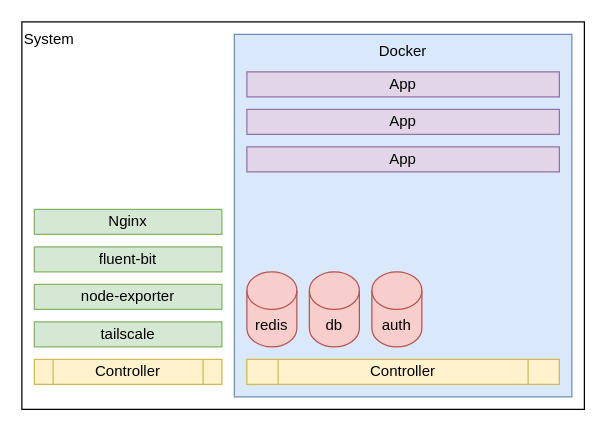
Earlier version of the draw.io diagram src/home-server.drawio (kfdm/ideas.paultraylor.dev). Source tidied: cells renumbered, new cells numbered last; positions are measured from the earlier drawing's top-left corner, leaving out a move shared by most shapes. Both pictures are drawn from the tidied source at 125%, with x=0, y=0 at pixel (21, 21).
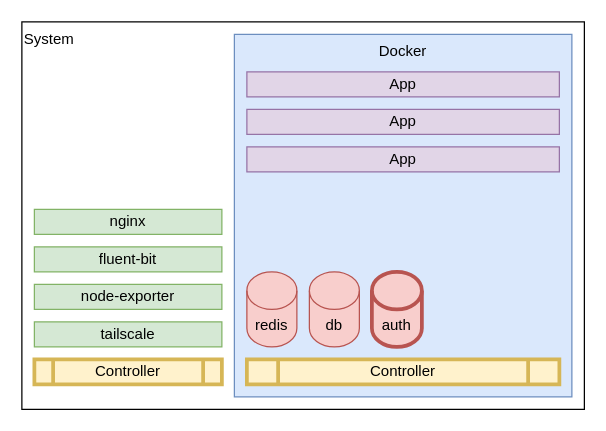
The same page after the edit.

Change to the diagram source:
```diff
@@
 <mxGraphModel>
   <root>
     <mxCell id="0" />
     <mxCell id="1" parent="0" />
     <mxCell id="2" value="System" style="rounded=0;whiteSpace=wrap;html=1;align=left;verticalAlign=top;" parent="1" vertex="1">
       <mxGeometry width="450" height="310" as="geometry" />
     </mxCell>
     <mxCell id="3" value="Docker" style="rounded=0;whiteSpace=wrap;html=1;fillColor=#dae8fc;strokeColor=#6c8ebf;verticalAlign=top;" parent="1" vertex="1">
       <mxGeometry x="170" y="10" width="270" height="290" as="geometry" />
     </mxCell>
     <mxCell id="4" value="redis" style="shape=cylinder3;whiteSpace=wrap;html=1;boundedLbl=1;backgroundOutline=1;size=15;fillColor=#f8cecc;strokeColor=#b85450;" parent="1" vertex="1">
       <mxGeometry x="180" y="200" width="40" height="60" as="geometry" />
     </mxCell>
     <mxCell id="5" value="db" style="shape=cylinder3;whiteSpace=wrap;html=1;boundedLbl=1;backgroundOutline=1;size=15;fillColor=#f8cecc;strokeColor=#b85450;" parent="1" vertex="1">
       <mxGeometry x="230" y="200" width="40" height="60" as="geometry" />
     </mxCell>
     <mxCell id="6" value="App" style="rounded=0;whiteSpace=wrap;html=1;fillColor=#e1d5e7;strokeColor=#9673a6;" parent="1" vertex="1">
       <mxGeometry x="180" y="40" width="250" height="20" as="geometry" />
     </mxCell>
     <mxCell id="7" value="App" style="rounded=0;whiteSpace=wrap;html=1;fillColor=#e1d5e7;strokeColor=#9673a6;" parent="1" vertex="1">
       <mxGeometry x="180" y="70" width="250" height="20" as="geometry" />
     </mxCell>
     <mxCell id="8" value="App" style="rounded=0;whiteSpace=wrap;html=1;fillColor=#e1d5e7;strokeColor=#9673a6;" parent="1" vertex="1">
       <mxGeometry x="180" y="100" width="250" height="20" as="geometry" />
     </mxCell>
-    <mxCell id="9" value="Nginx" style="rounded=0;whiteSpace=wrap;html=1;fillColor=#d5e8d4;strokeColor=#82b366;" parent="1" vertex="1">
+    <mxCell id="9" value="nginx" style="rounded=0;whiteSpace=wrap;html=1;fillColor=#d5e8d4;strokeColor=#82b366;" parent="1" vertex="1">
       <mxGeometry x="10" y="150" width="150" height="20" as="geometry" />
     </mxCell>
     <mxCell id="10" value="fluent-bit" style="rounded=0;whiteSpace=wrap;html=1;fillColor=#d5e8d4;strokeColor=#82b366;" parent="1" vertex="1">
       <mxGeometry x="10" y="180" width="150" height="20" as="geometry" />
     </mxCell>
     <mxCell id="11" value="node-exporter" style="rounded=0;whiteSpace=wrap;html=1;fillColor=#d5e8d4;strokeColor=#82b366;" parent="1" vertex="1">
       <mxGeometry x="10" y="210" width="150" height="20" as="geometry" />
     </mxCell>
     <mxCell id="12" value="tailscale" style="rounded=0;whiteSpace=wrap;html=1;fillColor=#d5e8d4;strokeColor=#82b366;" parent="1" vertex="1">
       <mxGeometry x="10" y="240" width="150" height="20" as="geometry" />
     </mxCell>
-    <mxCell id="13" value="Controller" style="shape=process;whiteSpace=wrap;html=1;backgroundOutline=1;fillColor=#fff2cc;strokeColor=#d6b656;" parent="1" vertex="1">
+    <mxCell id="13" value="Controller" style="shape=process;whiteSpace=wrap;html=1;backgroundOutline=1;fillColor=#fff2cc;strokeColor=#d6b656;strokeWidth=3;" parent="1" vertex="1">
       <mxGeometry x="10" y="270" width="150" height="20" as="geometry" />
     </mxCell>
-    <mxCell id="14" value="Controller" style="shape=process;whiteSpace=wrap;html=1;backgroundOutline=1;fillColor=#fff2cc;strokeColor=#d6b656;" parent="1" vertex="1">
+    <mxCell id="14" value="Controller" style="shape=process;whiteSpace=wrap;html=1;backgroundOutline=1;fillColor=#fff2cc;strokeColor=#d6b656;strokeWidth=3;" parent="1" vertex="1">
       <mxGeometry x="180" y="270" width="250" height="20" as="geometry" />
     </mxCell>
-    <mxCell id="15" value="auth" style="shape=cylinder3;whiteSpace=wrap;html=1;boundedLbl=1;backgroundOutline=1;size=15;fillColor=#f8cecc;strokeColor=#b85450;" parent="1" vertex="1">
+    <mxCell id="15" value="auth" style="shape=cylinder3;whiteSpace=wrap;html=1;boundedLbl=1;backgroundOutline=1;size=15;fillColor=#f8cecc;strokeColor=#b85450;fillStyle=auto;shadow=0;strokeWidth=3;" parent="1" vertex="1">
       <mxGeometry x="280" y="200" width="40" height="60" as="geometry" />
     </mxCell>
   </root>
 </mxGraphModel>
```
